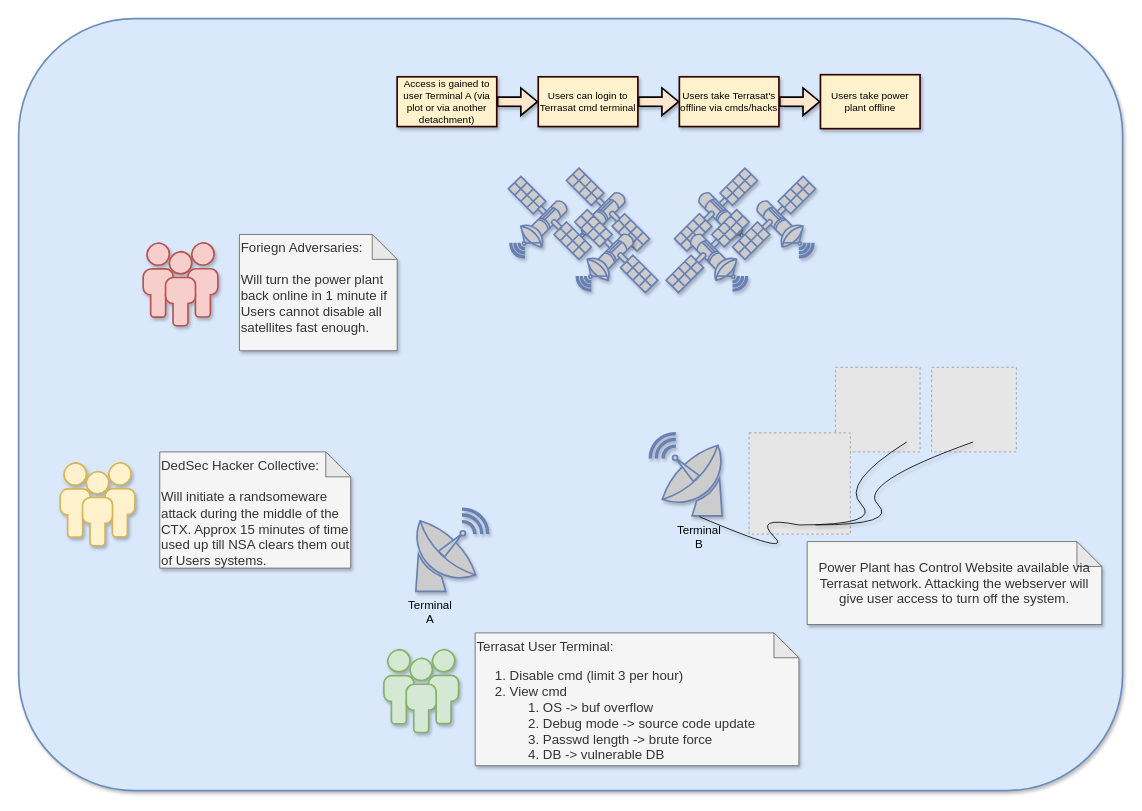
CyberTrainingExercise/Black0ut keeps this draw.io diagram as Overview.drawio. Above is the earlier version. Source tidied: cells renumbered, new cells numbered last; positions are measured from the earlier drawing's top-left corner, leaving out a move shared by most shapes. Both pictures are drawn from the tidied source at 83%, with x=0, y=0 at pixel (18, 18). Pictures stored in the file or linked from it are replaced by grey dashed boxes.
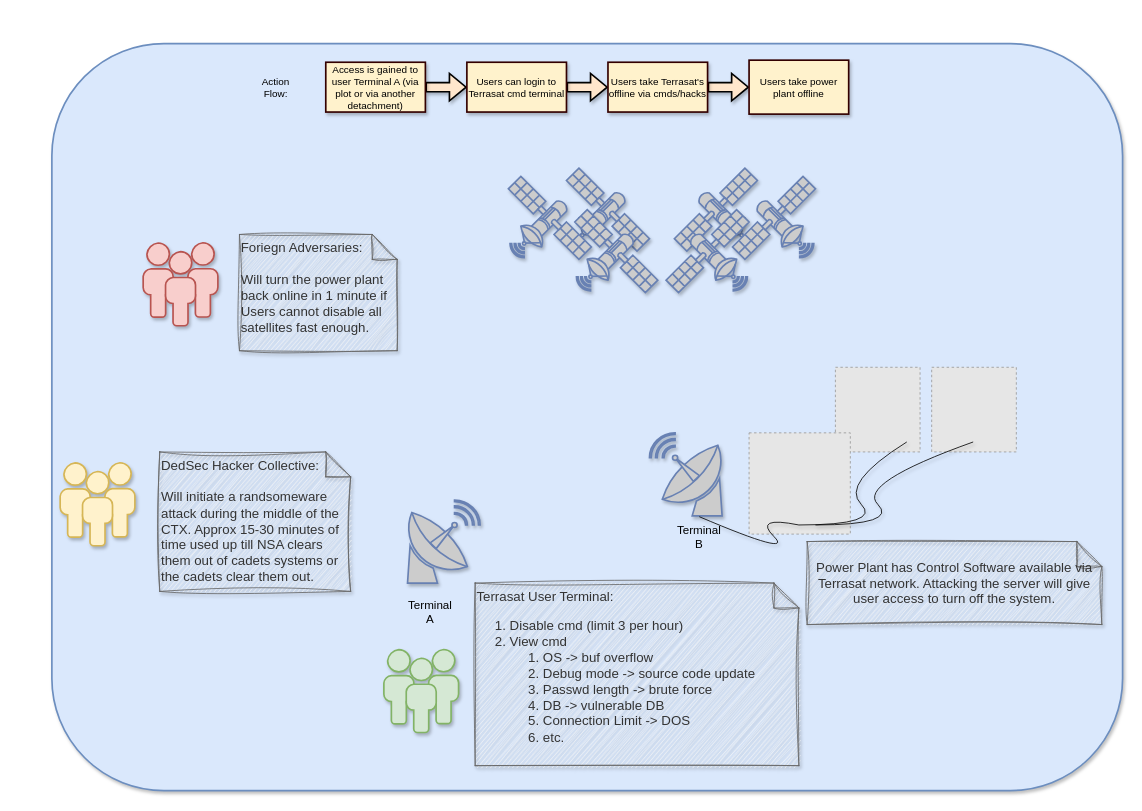
After the change.

Commit message (it also covers changes not shown here):
Export diagram to png

Diff of the diagram source:
```diff
@@
     <mxCell id="2" style="rounded=1;whiteSpace=wrap;html=1;strokeColor=#6c8ebf;strokeWidth=2;fontFamily=Times New Roman;fontSize=14;fillColor=#dae8fc;shadow=1;" parent="1" vertex="1">
-      <mxGeometry width="1330" height="930" as="geometry" />
+      <mxGeometry x="40" y="30" width="1290" height="900" as="geometry" />
     </mxCell>
     <mxCell id="3" style="fontColor=#0066CC;verticalAlign=top;verticalLabelPosition=bottom;labelPosition=center;align=center;html=1;fillColor=#CCCCCC;strokeColor=#6881B3;gradientColor=none;gradientDirection=north;strokeWidth=2;shape=mxgraph.networks.satellite_dish;shadow=1;" parent="1" vertex="1">
-      <mxGeometry x="476" y="590" width="90" height="100" as="geometry" />
+      <mxGeometry x="466" y="580" width="90" height="100" as="geometry" />
     </mxCell>
@@
-    <mxCell id="15" value="&lt;div style=&quot;font-size: 16px;&quot;&gt;&lt;span style=&quot;background-color: initial;&quot;&gt;&lt;font style=&quot;font-size: 16px;&quot;&gt;Terrasat User Terminal:&lt;/font&gt;&lt;/span&gt;&lt;/div&gt;&lt;div style=&quot;font-size: 16px;&quot;&gt;&lt;ol style=&quot;&quot;&gt;&lt;li style=&quot;&quot;&gt;&lt;span style=&quot;background-color: initial;&quot;&gt;&lt;font style=&quot;font-size: 16px;&quot;&gt;Disable cmd (limit 3 per hour)&lt;/font&gt;&lt;/span&gt;&lt;/li&gt;&lt;li style=&quot;&quot;&gt;&lt;span style=&quot;background-color: initial;&quot;&gt;&lt;font style=&quot;font-size: 16px;&quot;&gt;View cmd&lt;/font&gt;&lt;/span&gt;&lt;/li&gt;&lt;ol style=&quot;&quot;&gt;&lt;li style=&quot;&quot;&gt;&lt;span style=&quot;background-color: initial;&quot;&gt;&lt;font style=&quot;font-size: 16px;&quot;&gt;OS -&amp;gt; buf overflow&lt;/font&gt;&lt;/span&gt;&lt;/li&gt;&lt;li style=&quot;&quot;&gt;&lt;span style=&quot;background-color: initial;&quot;&gt;&lt;font style=&quot;font-size: 16px;&quot;&gt;Debug mode -&amp;gt; source code update&lt;/font&gt;&lt;/span&gt;&lt;/li&gt;&lt;li style=&quot;&quot;&gt;&lt;span style=&quot;background-color: initial;&quot;&gt;&lt;font style=&quot;font-size: 16px;&quot;&gt;Passwd length -&amp;gt; brute force&lt;/font&gt;&lt;/span&gt;&lt;/li&gt;&lt;li style=&quot;&quot;&gt;&lt;span style=&quot;background-color: initial;&quot;&gt;&lt;font style=&quot;font-size: 16px;&quot;&gt;DB -&amp;gt; vulnerable DB&lt;/font&gt;&lt;/span&gt;&lt;/li&gt;&lt;/ol&gt;&lt;/ol&gt;&lt;/div&gt;" style="shape=note;whiteSpace=wrap;html=1;backgroundOutline=1;darkOpacity=0.05;align=left;verticalAlign=top;fillColor=#f5f5f5;fontColor=#333333;strokeColor=#666666;shadow=1;" parent="1" vertex="1">
-      <mxGeometry x="550" y="740" width="390" height="160" as="geometry" />
+    <mxCell id="15" value="&lt;div style=&quot;font-size: 16px;&quot;&gt;&lt;span style=&quot;background-color: initial;&quot;&gt;&lt;font style=&quot;font-size: 16px;&quot;&gt;Terrasat User Terminal:&lt;/font&gt;&lt;/span&gt;&lt;/div&gt;&lt;div style=&quot;font-size: 16px;&quot;&gt;&lt;ol style=&quot;&quot;&gt;&lt;li style=&quot;&quot;&gt;&lt;span style=&quot;background-color: initial;&quot;&gt;&lt;font style=&quot;font-size: 16px;&quot;&gt;Disable cmd (limit 3 per hour)&lt;/font&gt;&lt;/span&gt;&lt;/li&gt;&lt;li style=&quot;&quot;&gt;&lt;span style=&quot;background-color: initial;&quot;&gt;&lt;font style=&quot;font-size: 16px;&quot;&gt;View cmd&lt;/font&gt;&lt;/span&gt;&lt;/li&gt;&lt;ol style=&quot;&quot;&gt;&lt;li style=&quot;&quot;&gt;&lt;span style=&quot;background-color: initial;&quot;&gt;&lt;font style=&quot;font-size: 16px;&quot;&gt;OS -&amp;gt; buf overflow&lt;/font&gt;&lt;/span&gt;&lt;/li&gt;&lt;li style=&quot;&quot;&gt;&lt;span style=&quot;background-color: initial;&quot;&gt;&lt;font style=&quot;font-size: 16px;&quot;&gt;Debug mode -&amp;gt; source code update&lt;/font&gt;&lt;/span&gt;&lt;/li&gt;&lt;li style=&quot;&quot;&gt;&lt;span style=&quot;background-color: initial;&quot;&gt;&lt;font style=&quot;font-size: 16px;&quot;&gt;Passwd length -&amp;gt; brute force&lt;/font&gt;&lt;/span&gt;&lt;/li&gt;&lt;li style=&quot;&quot;&gt;&lt;span style=&quot;background-color: initial;&quot;&gt;&lt;font style=&quot;font-size: 16px;&quot;&gt;DB -&amp;gt; vulnerable DB&lt;/font&gt;&lt;/span&gt;&lt;/li&gt;&lt;li style=&quot;&quot;&gt;&lt;span style=&quot;background-color: initial;&quot;&gt;&lt;font style=&quot;font-size: 16px;&quot;&gt;Connection Limit -&amp;gt; DOS&lt;/font&gt;&lt;/span&gt;&lt;/li&gt;&lt;li style=&quot;&quot;&gt;etc.&lt;/li&gt;&lt;/ol&gt;&lt;/ol&gt;&lt;/div&gt;" style="shape=note;whiteSpace=wrap;html=1;backgroundOutline=1;darkOpacity=0.05;align=left;verticalAlign=top;fillColor=#f5f5f5;fontColor=#333333;strokeColor=#666666;shadow=1;sketch=1;curveFitting=1;jiggle=2;" parent="1" vertex="1">
+      <mxGeometry x="550" y="680" width="390" height="220" as="geometry" />
     </mxCell>
@@
     <mxCell id="17" value="&lt;font style=&quot;font-size: 12px;&quot;&gt;Access is gained to user Terminal A (via plot or via another detachment)&lt;/font&gt;" style="rounded=0;whiteSpace=wrap;html=1;fillColor=#fff2cc;strokeColor=#330000;strokeWidth=2;shadow=1;" parent="1" vertex="1">
-      <mxGeometry x="456" y="70" width="120" height="60" as="geometry" />
+      <mxGeometry x="370" y="52.5" width="120" height="60" as="geometry" />
     </mxCell>
-    <mxCell id="18" value="Terminal A" style="text;html=1;strokeColor=none;fillColor=none;align=center;verticalAlign=middle;whiteSpace=wrap;rounded=0;fontSize=14;" parent="1" vertex="1">
+    <mxCell id="18" value="Terminal A" style="text;html=1;strokeColor=none;fillColor=none;align=center;verticalAlign=middle;whiteSpace=wrap;rounded=0;fontSize=14;shadow=1;" parent="1" vertex="1">
       <mxGeometry x="466" y="700" width="60" height="30" as="geometry" />
     </mxCell>
-    <mxCell id="19" value="Terminal B" style="text;html=1;strokeColor=none;fillColor=none;align=center;verticalAlign=middle;whiteSpace=wrap;rounded=0;fontSize=14;" parent="1" vertex="1">
+    <mxCell id="19" value="Terminal B" style="text;html=1;strokeColor=none;fillColor=none;align=center;verticalAlign=middle;whiteSpace=wrap;rounded=0;fontSize=14;shadow=1;" parent="1" vertex="1">
       <mxGeometry x="790" y="609" width="60" height="30" as="geometry" />
     </mxCell>
@@
     <mxCell id="21" value="Users can login to Terrasat cmd terminal" style="whiteSpace=wrap;html=1;fillColor=#fff2cc;strokeColor=#330000;strokeWidth=2;shadow=1;" parent="1" vertex="1">
-      <mxGeometry x="626" y="70" width="120" height="60" as="geometry" />
+      <mxGeometry x="540" y="52.5" width="120" height="60" as="geometry" />
     </mxCell>
@@
     <mxCell id="23" value="Users take Terrasat's offline via cmds/hacks" style="whiteSpace=wrap;html=1;fillColor=#fff2cc;strokeColor=#330000;strokeWidth=2;shadow=1;" parent="1" vertex="1">
-      <mxGeometry x="796" y="70" width="120" height="60" as="geometry" />
+      <mxGeometry x="710" y="52.5" width="120" height="60" as="geometry" />
     </mxCell>
     <mxCell id="24" value="Users take power plant offline" style="whiteSpace=wrap;html=1;fillColor=#fff2cc;strokeColor=#330000;strokeWidth=2;shadow=1;" parent="1" vertex="1">
-      <mxGeometry x="966" y="67.5" width="120" height="65" as="geometry" />
+      <mxGeometry x="880" y="50" width="120" height="65" as="geometry" />
     </mxCell>
@@
-    <mxCell id="30" value="&lt;font style=&quot;font-size: 16px;&quot;&gt;Foriegn Adversaries:&lt;br&gt;&lt;br&gt;Will turn the power plant back online in 1 minute if Users cannot disable all satellites fast enough.&lt;/font&gt;" style="shape=note;whiteSpace=wrap;html=1;backgroundOutline=1;darkOpacity=0.05;align=left;verticalAlign=top;fillColor=#f5f5f5;fontColor=#333333;strokeColor=#666666;shadow=1;" parent="1" vertex="1">
+    <mxCell id="30" value="&lt;font style=&quot;font-size: 16px;&quot;&gt;Foriegn Adversaries:&lt;br&gt;&lt;br&gt;Will turn the power plant back online in 1 minute if Users cannot disable all satellites fast enough.&lt;/font&gt;" style="shape=note;whiteSpace=wrap;html=1;backgroundOutline=1;darkOpacity=0.05;align=left;verticalAlign=top;fillColor=#f5f5f5;fontColor=#333333;strokeColor=#666666;shadow=1;sketch=1;curveFitting=1;jiggle=2;" parent="1" vertex="1">
       <mxGeometry x="266" y="260" width="190" height="140" as="geometry" />
     </mxCell>
-    <mxCell id="31" value="&lt;font style=&quot;font-size: 16px;&quot;&gt;DedSec Hacker Collective:&lt;br&gt;&lt;br&gt;Will initiate a randsomeware attack during the middle of the CTX. Approx 15 minutes of time used up till NSA clears them out of Users systems.&lt;/font&gt;" style="shape=note;whiteSpace=wrap;html=1;backgroundOutline=1;darkOpacity=0.05;align=left;verticalAlign=top;fillColor=#f5f5f5;fontColor=#333333;strokeColor=#666666;shadow=1;" parent="1" vertex="1">
-      <mxGeometry x="170" y="522" width="230" height="140" as="geometry" />
+    <mxCell id="31" value="&lt;font style=&quot;font-size: 16px;&quot;&gt;DedSec Hacker Collective:&lt;br&gt;&lt;br&gt;Will initiate a randsomeware attack during the middle of the CTX. Approx 15-30 minutes of time used up till NSA clears them out of cadets systems or the cadets clear them out.&lt;/font&gt;" style="shape=note;whiteSpace=wrap;html=1;backgroundOutline=1;darkOpacity=0.05;align=left;verticalAlign=top;fillColor=#f5f5f5;fontColor=#333333;strokeColor=#666666;shadow=1;sketch=1;curveFitting=1;jiggle=2;" parent="1" vertex="1">
+      <mxGeometry x="170" y="522" width="230" height="168" as="geometry" />
     </mxCell>
-    <mxCell id="32" value="&lt;font style=&quot;font-size: 16px;&quot;&gt;Power Plant has Control Website available via Terrasat network. Attacking the webserver will give user access to turn off the system.&lt;/font&gt;" style="shape=note;whiteSpace=wrap;html=1;backgroundOutline=1;darkOpacity=0.05;fontFamily=Helvetica;fontSize=12;fillColor=#f5f5f5;fontColor=#333333;strokeColor=#666666;shadow=1;" parent="1" vertex="1">
+    <mxCell id="32" value="&lt;font style=&quot;font-size: 16px;&quot;&gt;Power Plant has Control Software available via Terrasat network. Attacking the server will give user access to turn off the system.&lt;/font&gt;" style="shape=note;whiteSpace=wrap;html=1;backgroundOutline=1;darkOpacity=0.05;fontFamily=Helvetica;fontSize=12;fillColor=#f5f5f5;fontColor=#333333;strokeColor=#666666;shadow=1;sketch=1;curveFitting=1;jiggle=2;" parent="1" vertex="1">
       <mxGeometry x="950" y="630" width="355" height="100" as="geometry" />
     </mxCell>
+    <mxCell id="33" value="Action Flow:" style="text;html=1;strokeColor=none;fillColor=none;align=center;verticalAlign=middle;whiteSpace=wrap;rounded=0;" parent="1" vertex="1">
+      <mxGeometry x="280" y="67.5" width="60" height="30" as="geometry" />
+    </mxCell>
```
